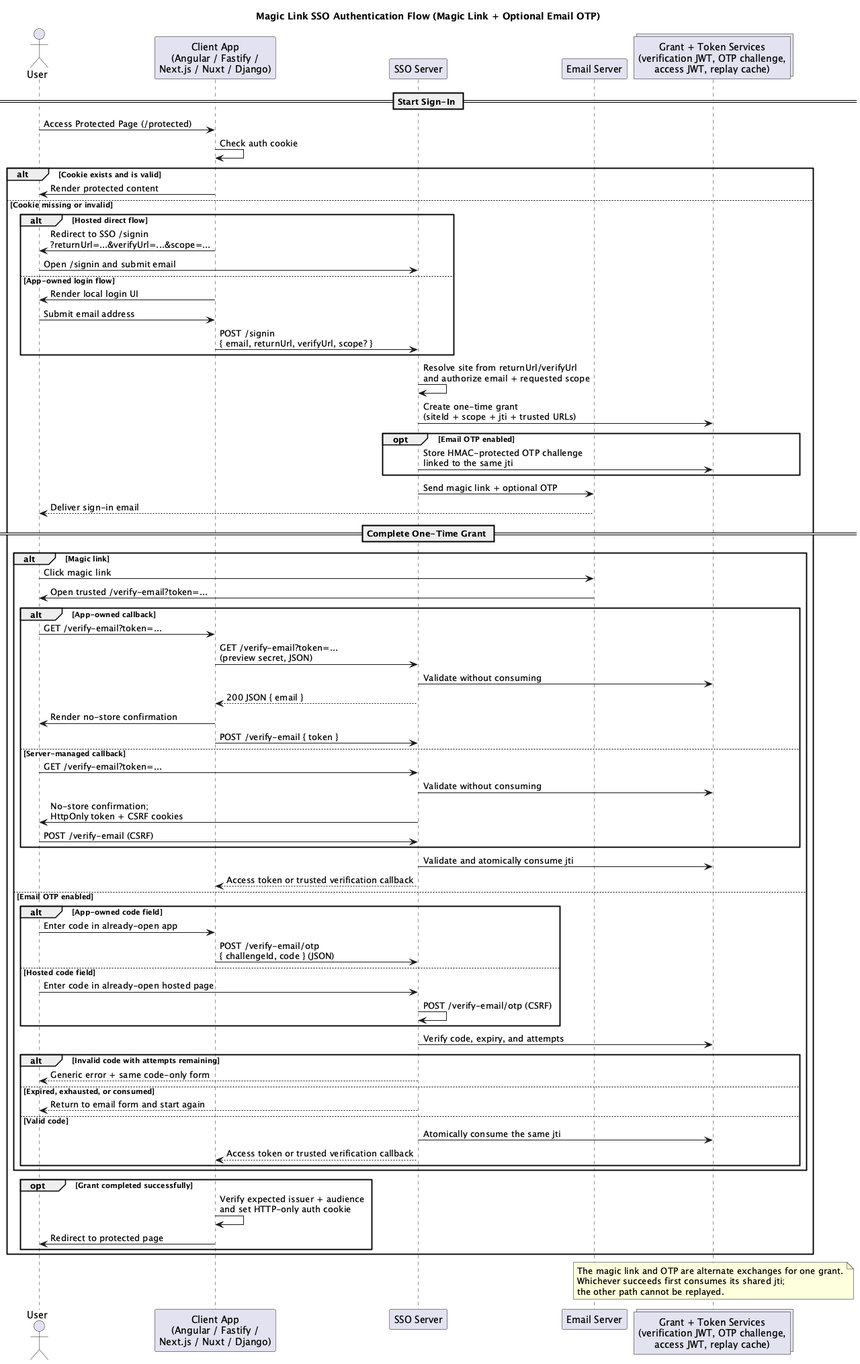
The PlantUML diagram docs/MagicLinkSSO_Flow_light.png in magic-link-sso/magic-sso, before a commit.
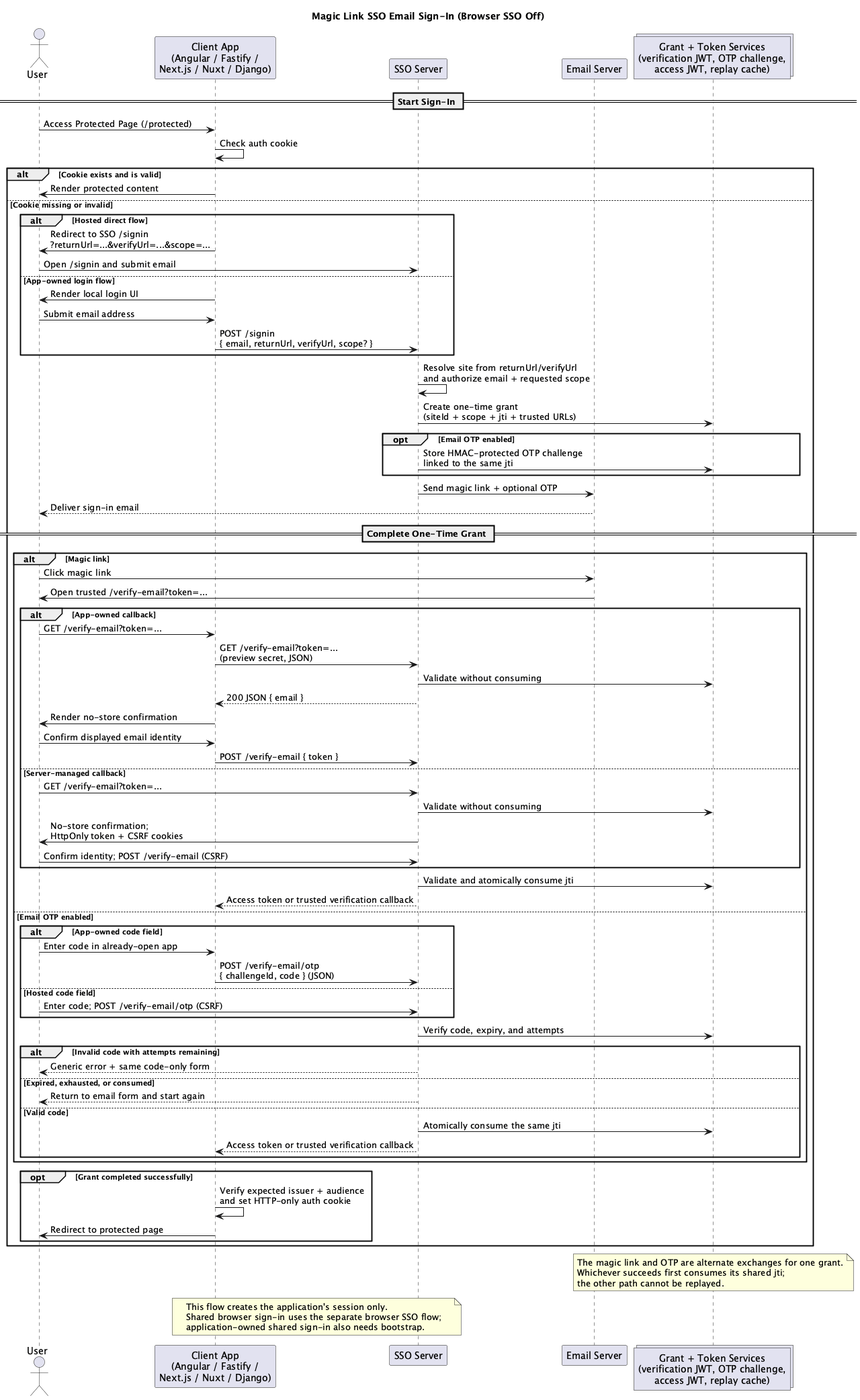
Later version of the same file.

What changed in the source:
```diff
@@ -1,6 +1,6 @@
 @startuml MagicLinkSSO-Flow
 
-title Magic Link SSO Authentication Flow (Magic Link + Optional Email OTP)
+title Magic Link SSO Email Sign-In (Browser SSO Off)
 
 actor User
 participant "Client App\n(Angular / Fastify /\nNext.js / Nuxt / Django)" as Client
@@ -42,12 +42,13 @@
             SSO -> GrantService: Validate without consuming
             SSO --> Client: 200 JSON { email }
             Client -> User: Render no-store confirmation
+            User -> Client: Confirm displayed email identity
             Client -> SSO: POST /verify-email { token }
         else Server-managed callback
             User -> SSO: GET /verify-email?token=...
             SSO -> GrantService: Validate without consuming
             SSO -> User: No-store confirmation;\nHttpOnly token + CSRF cookies
-            User -> SSO: POST /verify-email (CSRF)
+            User -> SSO: Confirm identity; POST /verify-email (CSRF)
         end
         SSO -> GrantService: Validate and atomically consume jti
         SSO --> Client: Access token or trusted verification callback
@@ -56,8 +57,7 @@
             User -> Client: Enter code in already-open app
             Client -> SSO: POST /verify-email/otp\n{ challengeId, code } (JSON)
         else Hosted code field
-            User -> SSO: Enter code in already-open hosted page
-            SSO -> SSO: POST /verify-email/otp (CSRF)
+            User -> SSO: Enter code; POST /verify-email/otp (CSRF)
         end
         SSO -> GrantService: Verify code, expiry, and attempts
         alt Invalid code with attempts remaining
@@ -82,4 +82,10 @@
 the other path cannot be replayed.
 end note
 
+note over Client, SSO
+This flow creates the application's session only.
+Shared browser sign-in uses the separate browser SSO flow;
+application-owned shared sign-in also needs bootstrap.
+end note
+
 @enduml
```
